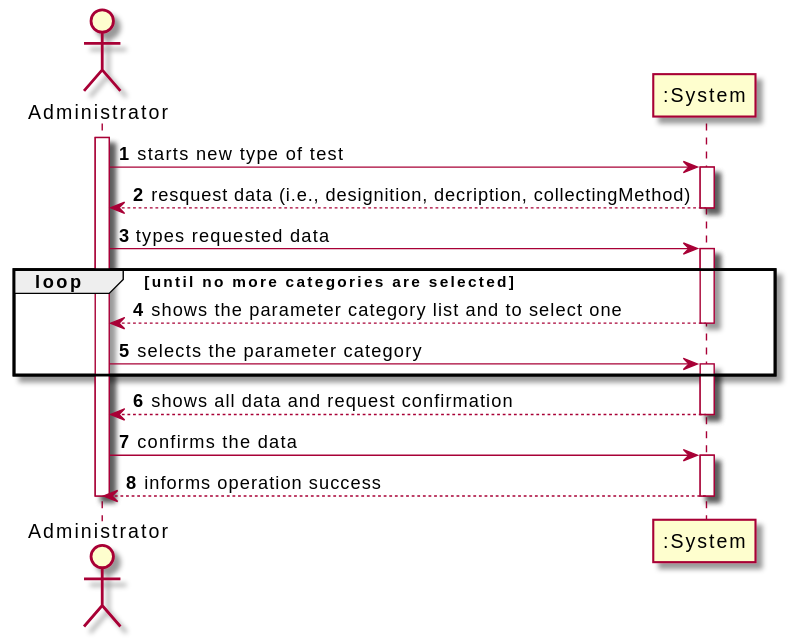
The PlantUML diagram docs/SprintB/US_9/UC9_SSD.svg in RuiRioPina/LAPR2-20-21, before a commit.
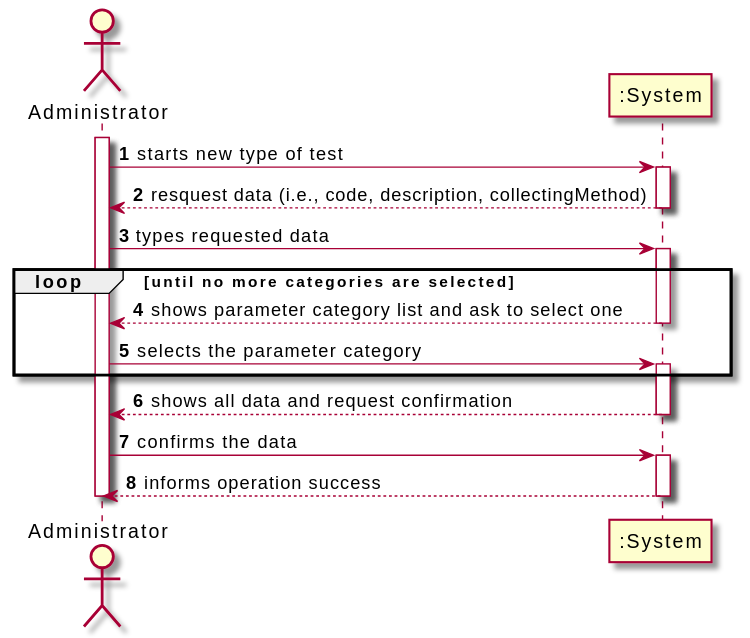
After the commit.

Diff of the diagram source:
```diff
@@ -5,13 +5,13 @@
 activate ADMIN
 ADMIN-> ":System" : starts new type of test
 activate ":System"
-":System" --> ADMIN : resquest data (i.e., designition, decription, collectingMethod)
+":System" --> ADMIN : resquest data (i.e., code, description, collectingMethod)
 deactivate ":System"
 
 ADMIN -> ":System" : types requested data
 activate ":System"
 loop until no more categories are selected
-	":System" --> ADMIN : shows the parameter category list and to select one
+	":System" --> ADMIN : shows parameter category list and ask to select one
 	deactivate ":System"
 
 	ADMIN -> ":System" : selects the parameter category
```
